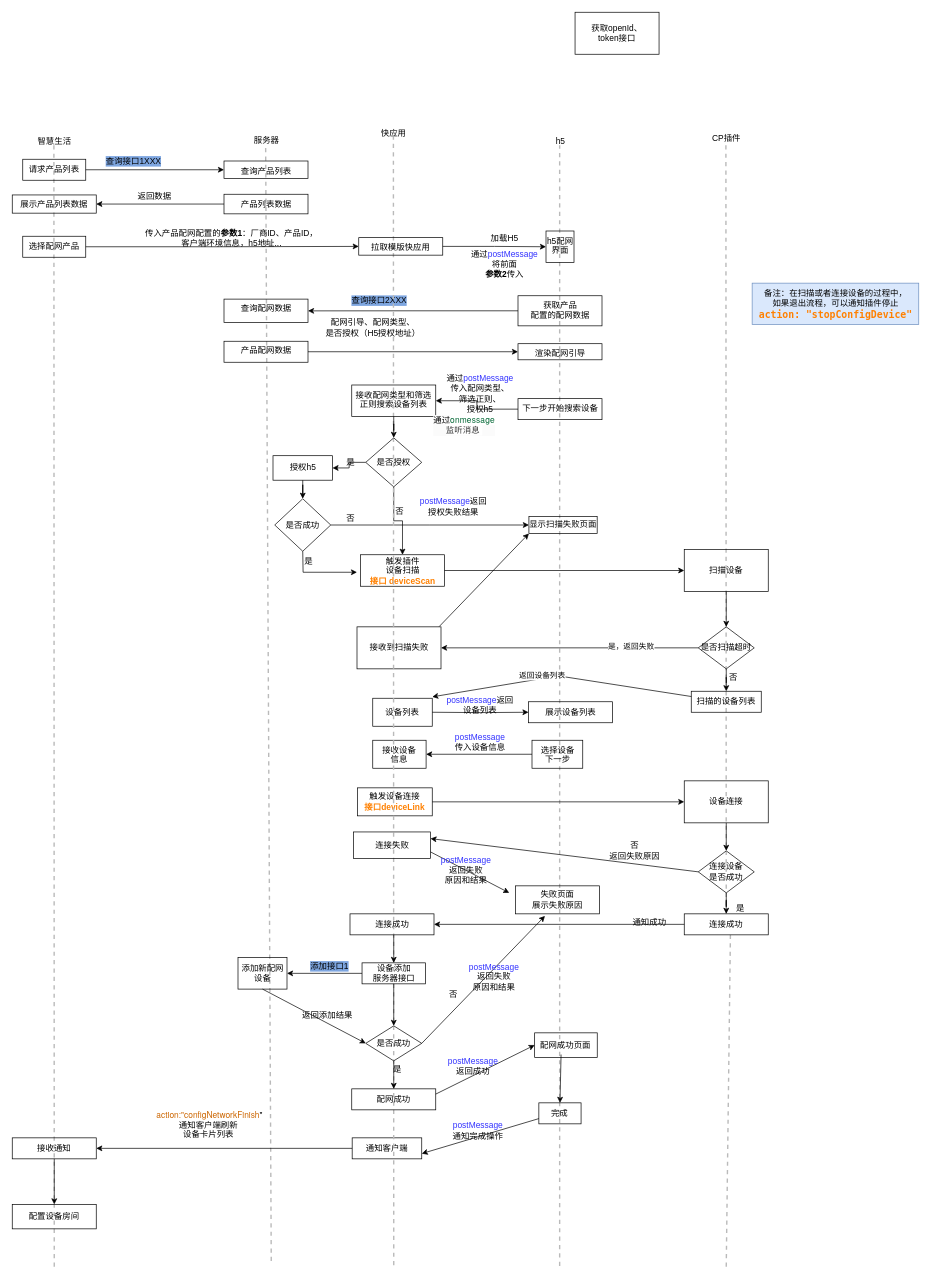
Before: page "配网流程+插件" (3 of 5) of 流程图.drawio in xili95/liuChengTu, a draw.io diagram. Source tidied: cells renumbered, new cells numbered last; positions are measured from the earlier drawing's top-left corner, leaving out a move shared by most shapes. Both pictures are drawn from the tidied source at 70%, with x=0, y=0 at pixel (12, 12).
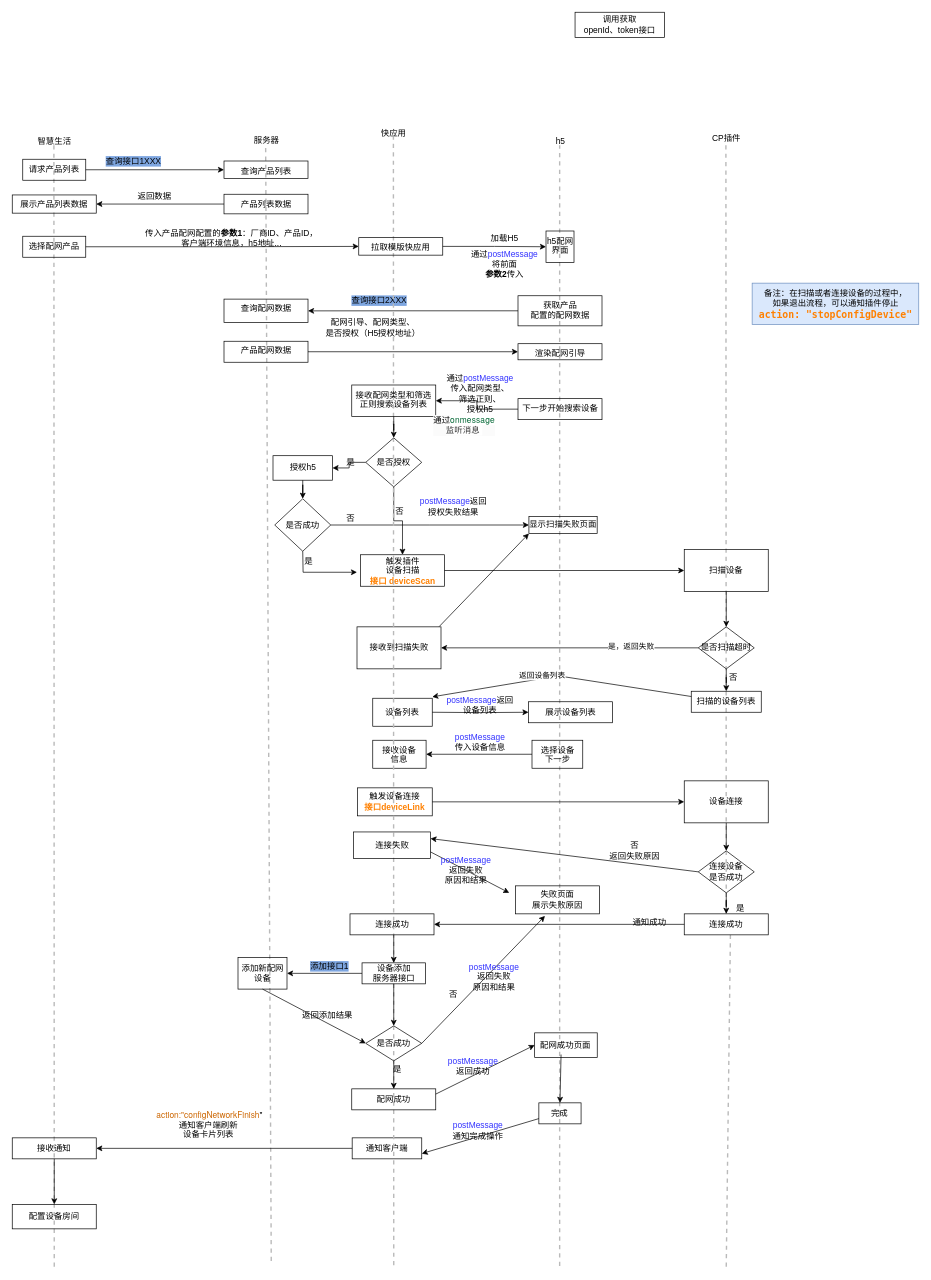
After the change.

Commit message (it also covers changes not shown here):
更新流程图.drawio

What changed in the source:
```diff
@@
-    <mxCell id="129" value="获取openId、&lt;div&gt;&lt;span style=&quot;background-color: transparent; color: light-dark(rgb(0, 0, 0), rgb(255, 255, 255));&quot;&gt;token接口&lt;/span&gt;&lt;/div&gt;" style="whiteSpace=wrap;html=1;" parent="1" vertex="1">
-      <mxGeometry x="804" width="120" height="60" as="geometry" />
+    <mxCell id="129" value="调用获取&lt;div&gt;openId、&lt;span style=&quot;background-color: transparent; color: light-dark(rgb(0, 0, 0), rgb(255, 255, 255));&quot;&gt;token接口&lt;/span&gt;&lt;/div&gt;" style="whiteSpace=wrap;html=1;" parent="1" vertex="1">
+      <mxGeometry x="804" width="128" height="36" as="geometry" />
     </mxCell>
```
